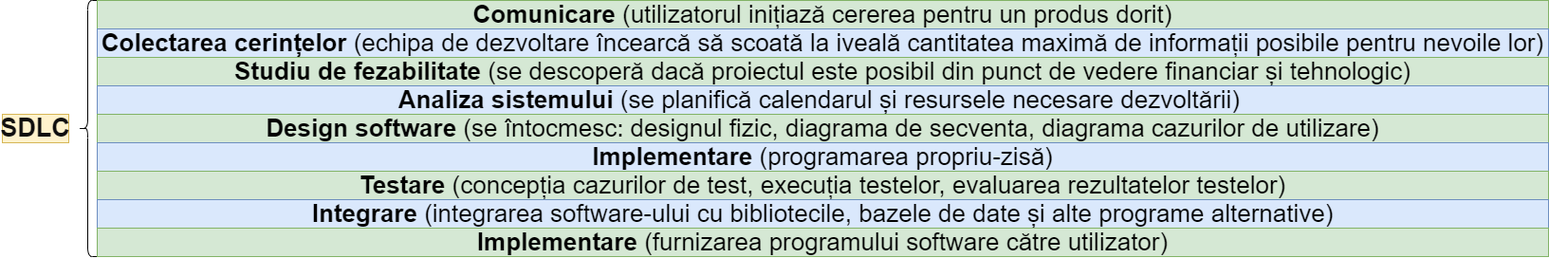
This is 1. Prezentare/Diagrame/SDLC.drawio.png from Radu14149/Disertatie-Final, a draw.io export, as it was before one commit. Source tidied: cells renumbered, new cells last; positions are measured from the earlier drawing's top-left corner, leaving out a move shared by most shapes.
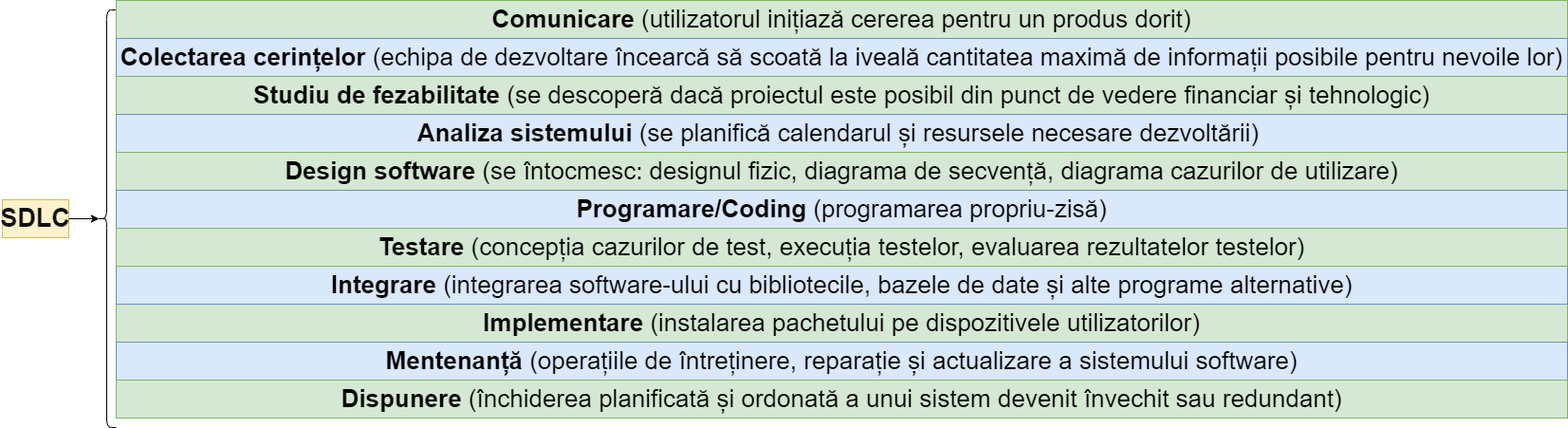
The same file after the commit.

What changed in the source:
```diff
@@ -3,37 +3,46 @@
     <mxCell id="0" />
     <mxCell id="1" parent="0" />
     <mxCell id="2" value="&lt;b&gt;&lt;font style=&quot;color: light-dark(rgb(16, 15, 15), rgb(205, 205, 255)); font-size: 27px;&quot;&gt;SDLC&lt;/font&gt;&lt;/b&gt;" style="text;html=1;align=center;verticalAlign=middle;whiteSpace=wrap;rounded=0;fillColor=#fff2cc;strokeColor=#d6b656;" parent="1" vertex="1">
-      <mxGeometry y="120" width="70" height="30" as="geometry" />
+      <mxGeometry x="-30" y="550" width="70" height="40" as="geometry" />
     </mxCell>
-    <mxCell id="3" style="shape=curlyBracket;whiteSpace=wrap;html=1;rounded=1;labelPosition=left;verticalLabelPosition=middle;align=right;verticalAlign=middle;size=0.5;" parent="1" vertex="1">
-      <mxGeometry x="80" width="20" height="270" as="geometry" />
-    </mxCell>
+    <mxCell id="13" style="shape=curlyBracket;whiteSpace=wrap;html=1;rounded=1;labelPosition=left;verticalLabelPosition=middle;align=right;verticalAlign=middle;size=0.5;" parent="1" vertex="1">
+      <mxGeometry x="70" y="350" width="20" height="440" as="geometry" />
+    </mxCell>
     <mxCell id="4" value="&lt;font style=&quot;font-size: 26px;&quot;&gt;&lt;b style=&quot;&quot;&gt;Comunicare&lt;/b&gt;&amp;nbsp;(utilizatorul inițiază cererea pentru un produs dorit)&lt;/font&gt;" style="text;html=1;align=center;verticalAlign=middle;whiteSpace=wrap;rounded=0;fillColor=#d5e8d4;strokeColor=#82b366;" parent="1" vertex="1">
-      <mxGeometry x="100" width="1530" height="30" as="geometry" />
+      <mxGeometry x="90" y="340" width="1530" height="40" as="geometry" />
     </mxCell>
     <mxCell id="5" value="&lt;font style=&quot;font-size: 26px;&quot;&gt;&lt;b style=&quot;&quot;&gt;Colectarea cerințelor&lt;/b&gt;&amp;nbsp;(echipa de dezvoltare încearcă să scoată la iveală cantitatea maximă de informații posibile pentru nevoile lor)&lt;/font&gt;" style="text;html=1;align=center;verticalAlign=middle;whiteSpace=wrap;rounded=0;fillColor=#dae8fc;strokeColor=#6c8ebf;" parent="1" vertex="1">
-      <mxGeometry x="100" y="30" width="1530" height="30" as="geometry" />
+      <mxGeometry x="90" y="380" width="1530" height="40" as="geometry" />
     </mxCell>
     <mxCell id="6" value="&lt;font style=&quot;font-size: 26px;&quot;&gt;&lt;b style=&quot;&quot;&gt;Studiu de fezabilitate&lt;/b&gt; (se descoperă dacă proiectul este posibil din punct de vedere financiar și tehnologic)&lt;/font&gt;" style="text;html=1;align=center;verticalAlign=middle;whiteSpace=wrap;rounded=0;fillColor=#d5e8d4;strokeColor=#82b366;" parent="1" vertex="1">
-      <mxGeometry x="100" y="60" width="1530" height="30" as="geometry" />
+      <mxGeometry x="90" y="420" width="1530" height="40" as="geometry" />
     </mxCell>
     <mxCell id="7" value="&lt;font style=&quot;font-size: 26px;&quot;&gt;&lt;b style=&quot;&quot;&gt;Analiza sistemului&lt;/b&gt; (se planifică calendarul și resursele necesare dezvoltării)&amp;nbsp;&lt;/font&gt;" style="text;html=1;align=center;verticalAlign=middle;whiteSpace=wrap;rounded=0;fillColor=#dae8fc;strokeColor=#6c8ebf;" parent="1" vertex="1">
-      <mxGeometry x="100" y="90" width="1530" height="30" as="geometry" />
+      <mxGeometry x="90" y="460" width="1530" height="40" as="geometry" />
     </mxCell>
-    <mxCell id="8" value="&lt;font style=&quot;font-size: 26px;&quot;&gt;&lt;b style=&quot;&quot;&gt;Design software&lt;/b&gt; (se întocmesc: designul fizic, diagrama de secventa, diagrama cazurilor de utilizare)&lt;/font&gt;" style="text;html=1;align=center;verticalAlign=middle;whiteSpace=wrap;rounded=0;fillColor=#d5e8d4;strokeColor=#82b366;" parent="1" vertex="1">
-      <mxGeometry x="100" y="120" width="1530" height="30" as="geometry" />
-    </mxCell>
-    <mxCell id="9" value="&lt;font style=&quot;font-size: 26px;&quot;&gt;&lt;b style=&quot;&quot;&gt;Implementare&lt;/b&gt; (programarea propriu-zisă)&lt;/font&gt;" style="text;html=1;align=center;verticalAlign=middle;whiteSpace=wrap;rounded=0;fillColor=#dae8fc;strokeColor=#6c8ebf;" parent="1" vertex="1">
-      <mxGeometry x="100" y="150" width="1530" height="30" as="geometry" />
-    </mxCell>
+    <mxCell id="14" value="&lt;font style=&quot;font-size: 26px;&quot;&gt;&lt;b style=&quot;&quot;&gt;Design software&lt;/b&gt; (se întocmesc: designul fizic, diagrama de secvență, diagrama cazurilor de utilizare)&lt;/font&gt;" style="text;html=1;align=center;verticalAlign=middle;whiteSpace=wrap;rounded=0;fillColor=#d5e8d4;strokeColor=#82b366;" parent="1" vertex="1">
+      <mxGeometry x="90" y="500" width="1530" height="40" as="geometry" />
+    </mxCell>
+    <mxCell id="15" value="&lt;font style=&quot;font-size: 26px;&quot;&gt;&lt;b&gt;Programare/Coding&amp;nbsp;&lt;/b&gt;(programarea propriu-zisă)&lt;/font&gt;" style="text;html=1;align=center;verticalAlign=middle;whiteSpace=wrap;rounded=0;fillColor=#dae8fc;strokeColor=#6c8ebf;" parent="1" vertex="1">
+      <mxGeometry x="90" y="540" width="1530" height="40" as="geometry" />
+    </mxCell>
+    <mxCell id="16" value="&lt;font style=&quot;font-size: 26px;&quot;&gt;&lt;b&gt;Implementare&lt;/b&gt;&amp;nbsp;(instalarea pachetului pe dispozitivele utilizatorilor&lt;/font&gt;&lt;span style=&quot;font-size: 26px; background-color: transparent; color: light-dark(rgb(0, 0, 0), rgb(255, 255, 255));&quot;&gt;)&lt;/span&gt;" style="text;html=1;align=center;verticalAlign=middle;whiteSpace=wrap;rounded=0;fillColor=#d5e8d4;strokeColor=#82b366;" parent="1" vertex="1">
+      <mxGeometry x="90" y="660" width="1530" height="40" as="geometry" />
+    </mxCell>
+    <mxCell id="17" value="&lt;font style=&quot;font-size: 26px;&quot;&gt;&lt;b&gt;Mentenanță&amp;nbsp;&lt;/b&gt;(operațiile de întreținere, reparație și actualizare a sistemului software)&lt;/font&gt;" style="text;html=1;align=center;verticalAlign=middle;whiteSpace=wrap;rounded=0;fillColor=#dae8fc;strokeColor=#6c8ebf;" parent="1" vertex="1">
+      <mxGeometry x="90" y="700" width="1530" height="40" as="geometry" />
+    </mxCell>
+    <mxCell id="18" value="&lt;font style=&quot;font-size: 26px;&quot;&gt;&lt;b style=&quot;&quot;&gt;Dispunere&amp;nbsp;&lt;/b&gt;(închiderea planificată și ordonată a unui sistem devenit învechit sau redundant)&lt;/font&gt;" style="text;html=1;align=center;verticalAlign=middle;whiteSpace=wrap;rounded=0;fillColor=#d5e8d4;strokeColor=#82b366;" parent="1" vertex="1">
+      <mxGeometry x="90" y="740" width="1530" height="40" as="geometry" />
+    </mxCell>
+    <mxCell id="11" value="&lt;font style=&quot;font-size: 26px;&quot;&gt;&lt;b&gt;Integrare&lt;/b&gt; (integrarea software-ului cu bibliotecile, bazele de date și alte programe alternative)&lt;/font&gt;" style="text;html=1;align=center;verticalAlign=middle;whiteSpace=wrap;rounded=0;fillColor=#dae8fc;strokeColor=#6c8ebf;" parent="1" vertex="1">
+      <mxGeometry x="90" y="620" width="1530" height="40" as="geometry" />
+    </mxCell>
     <mxCell id="10" value="&lt;font style=&quot;font-size: 26px;&quot;&gt;&lt;b style=&quot;&quot;&gt;Testare&lt;/b&gt; (concepția cazurilor de test, execuția testelor, evaluarea rezultatelor testelor)&lt;/font&gt;" style="text;html=1;align=center;verticalAlign=middle;whiteSpace=wrap;rounded=0;fillColor=#d5e8d4;strokeColor=#82b366;" parent="1" vertex="1">
-      <mxGeometry x="100" y="180" width="1530" height="30" as="geometry" />
+      <mxGeometry x="90" y="580" width="1530" height="40" as="geometry" />
     </mxCell>
-    <mxCell id="11" value="&lt;font style=&quot;font-size: 26px;&quot;&gt;&lt;b style=&quot;&quot;&gt;Integrare&lt;/b&gt; (integrarea software-ului cu bibliotecile, bazele de date și alte programe alternative)&lt;/font&gt;" style="text;html=1;align=center;verticalAlign=middle;whiteSpace=wrap;rounded=0;fillColor=#dae8fc;strokeColor=#6c8ebf;" parent="1" vertex="1">
-      <mxGeometry x="100" y="210" width="1530" height="30" as="geometry" />
-    </mxCell>
-    <mxCell id="12" value="&lt;font style=&quot;font-size: 26px;&quot;&gt;&lt;b style=&quot;&quot;&gt;Implementare &lt;/b&gt;(furnizarea programului software către utilizator)&lt;/font&gt;" style="text;html=1;align=center;verticalAlign=middle;whiteSpace=wrap;rounded=0;fillColor=#d5e8d4;strokeColor=#82b366;" parent="1" vertex="1">
-      <mxGeometry x="100" y="240" width="1530" height="30" as="geometry" />
-    </mxCell>
+    <mxCell id="19" style="edgeStyle=orthogonalEdgeStyle;rounded=0;jettySize=auto;html=1;exitX=1;exitY=0.5;exitDx=0;exitDy=0;entryX=0.1;entryY=0.5;entryDx=0;entryDy=0;entryPerimeter=0;" parent="1" edge="1" source="2" target="13">
+      <mxGeometry relative="1" as="geometry" />
+    </mxCell>
   </root>
 </mxGraphModel>
```
